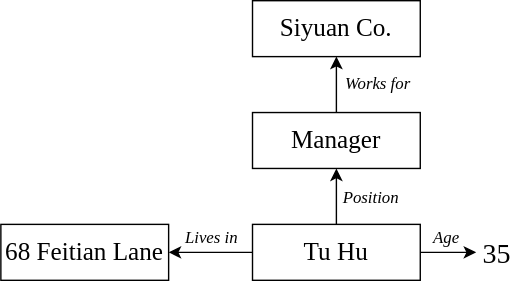
Above: Assignment2/sem_net1.svg in Jinbao2333/AIFundamentals2024 (draw.io), before the change. Source tidied: cells renumbered, new cells last; positions are measured from the earlier drawing's top-left corner, leaving out a move shared by most shapes.
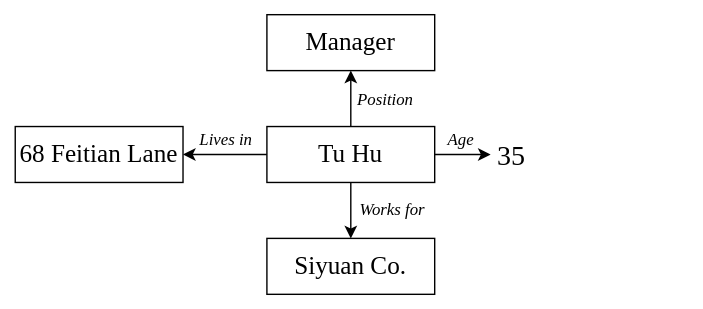
The same diagram one commit later.

Commit message:
Update sem-net 1

What changed in the source:
```diff
@@ -16,17 +16,14 @@
     <mxCell id="5" value="&lt;font style=&quot;font-size: 18px;&quot; face=&quot;Garamond&quot;&gt;Tu Hu&lt;/font&gt;" style="rounded=0;whiteSpace=wrap;html=1;" parent="1" vertex="1">
       <mxGeometry x="180" y="160" width="120" height="40" as="geometry" />
     </mxCell>
-    <mxCell id="6" style="edgeStyle=orthogonalEdgeStyle;rounded=0;jettySize=auto;html=1;" parent="1" edge="1" source="7" target="8">
-      <mxGeometry relative="1" as="geometry" />
-    </mxCell>
     <mxCell id="7" value="&lt;font style=&quot;font-size: 18px;&quot; face=&quot;Garamond&quot;&gt;Manager&lt;/font&gt;" style="whiteSpace=wrap;html=1;fillColor=#ffffff;strokeColor=#000000;fontColor=#000000;rounded=0;" parent="1" vertex="1">
       <mxGeometry x="180" y="80" width="120" height="40" as="geometry" />
     </mxCell>
     <mxCell id="8" value="&lt;font style=&quot;font-size: 18px;&quot; face=&quot;Garamond&quot;&gt;Siyuan Co.&lt;/font&gt;" style="whiteSpace=wrap;html=1;fillColor=#ffffff;strokeColor=#000000;fontColor=#000000;rounded=0;" parent="1" vertex="1">
-      <mxGeometry x="180" width="120" height="40" as="geometry" />
+      <mxGeometry x="180" y="240" width="120" height="40" as="geometry" />
     </mxCell>
     <mxCell id="9" value="&lt;font face=&quot;Garamond&quot;&gt;&lt;i&gt;Works for&lt;/i&gt;&lt;/font&gt;" style="text;html=1;strokeColor=none;fillColor=none;align=center;verticalAlign=middle;whiteSpace=wrap;rounded=0;" parent="1" vertex="1">
-      <mxGeometry x="240" y="45" width="60" height="30" as="geometry" />
+      <mxGeometry x="240" y="205" width="60" height="30" as="geometry" />
     </mxCell>
     <mxCell id="10" value="&lt;font style=&quot;font-size: 18px;&quot; face=&quot;Garamond&quot;&gt;68 Feitian Lane&lt;/font&gt;" style="rounded=0;whiteSpace=wrap;html=1;fillColor=#ffffff;strokeColor=#000000;fontColor=#000000;" parent="1" vertex="1">
       <mxGeometry y="160" width="120" height="40" as="geometry" />
@@ -43,5 +40,14 @@
     <mxCell id="14" value="&lt;font style=&quot;font-size: 20px;&quot; face=&quot;Garamond&quot;&gt;35&lt;/font&gt;" style="text;html=1;strokeColor=none;fillColor=none;align=center;verticalAlign=middle;whiteSpace=wrap;rounded=0;" parent="1" vertex="1">
       <mxGeometry x="340" y="165" width="30" height="30" as="geometry" />
     </mxCell>
+    <mxCell id="15" style="endArrow=classic;html=1;rounded=0;entryX=0.5;entryY=0;entryDx=0;entryDy=0;exitX=0.5;exitY=1;exitDx=0;exitDy=0;" parent="1" edge="1" source="5" target="8">
+      <mxGeometry relative="1" as="geometry" />
+    </mxCell>
+    <mxCell id="16" style="endArrow=none;html=1;rounded=0;strokeColor=none;" parent="1" edge="1">
+      <mxGeometry relative="1" as="geometry">
+        <mxPoint x="480" y="200" as="sourcePoint" />
+        <mxPoint x="480" y="160" as="targetPoint" />
+      </mxGeometry>
+    </mxCell>
   </root>
 </mxGraphModel>
```
